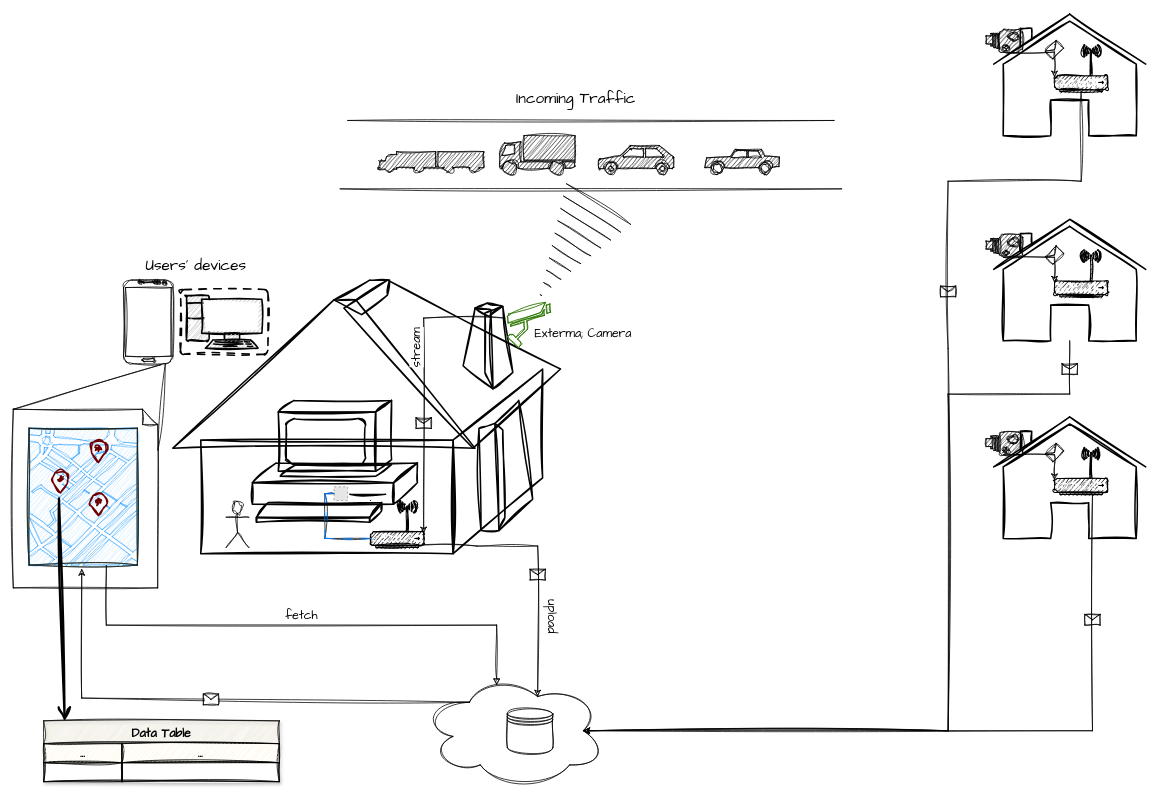
Above: sketch.drawio in Jeff-Barlow-Spady/CSTC (draw.io), before the change. Source tidied: cells renumbered, new cells numbered last; positions are measured from the earlier drawing's top-left corner, leaving out a move shared by most shapes. Both pictures are drawn from the tidied source at 76%, with x=0, y=0 at pixel (13, 14). Pictures stored in the file or linked from it are replaced by grey dashed boxes.
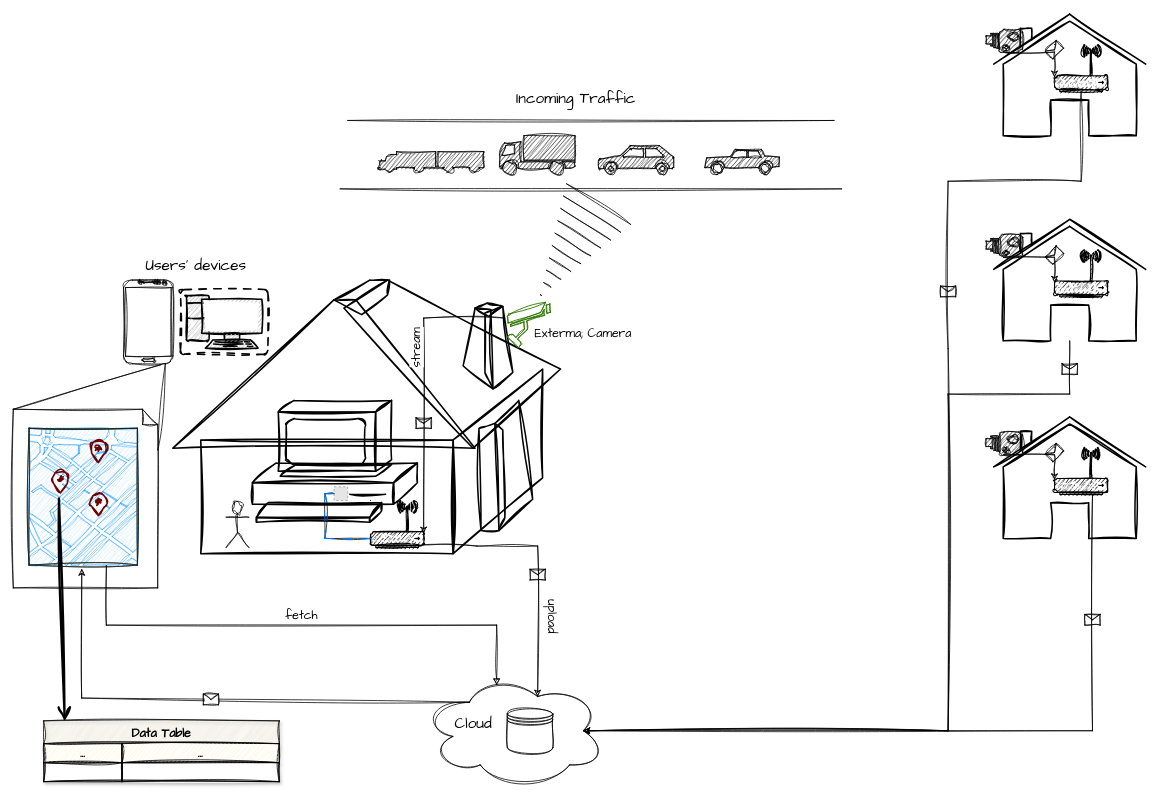
Above is the later version.

What changed in the source:
```diff
@@
+    <mxCell id="67" value="Cloud" style="text;html=1;align=center;verticalAlign=middle;strokeColor=none;fillColor=none;fontSize=20;fontFamily=Architects Daughter;" parent="1" vertex="1">
+      <mxGeometry x="570" y="913" width="70" height="40" as="geometry" />
+    </mxCell>
```
